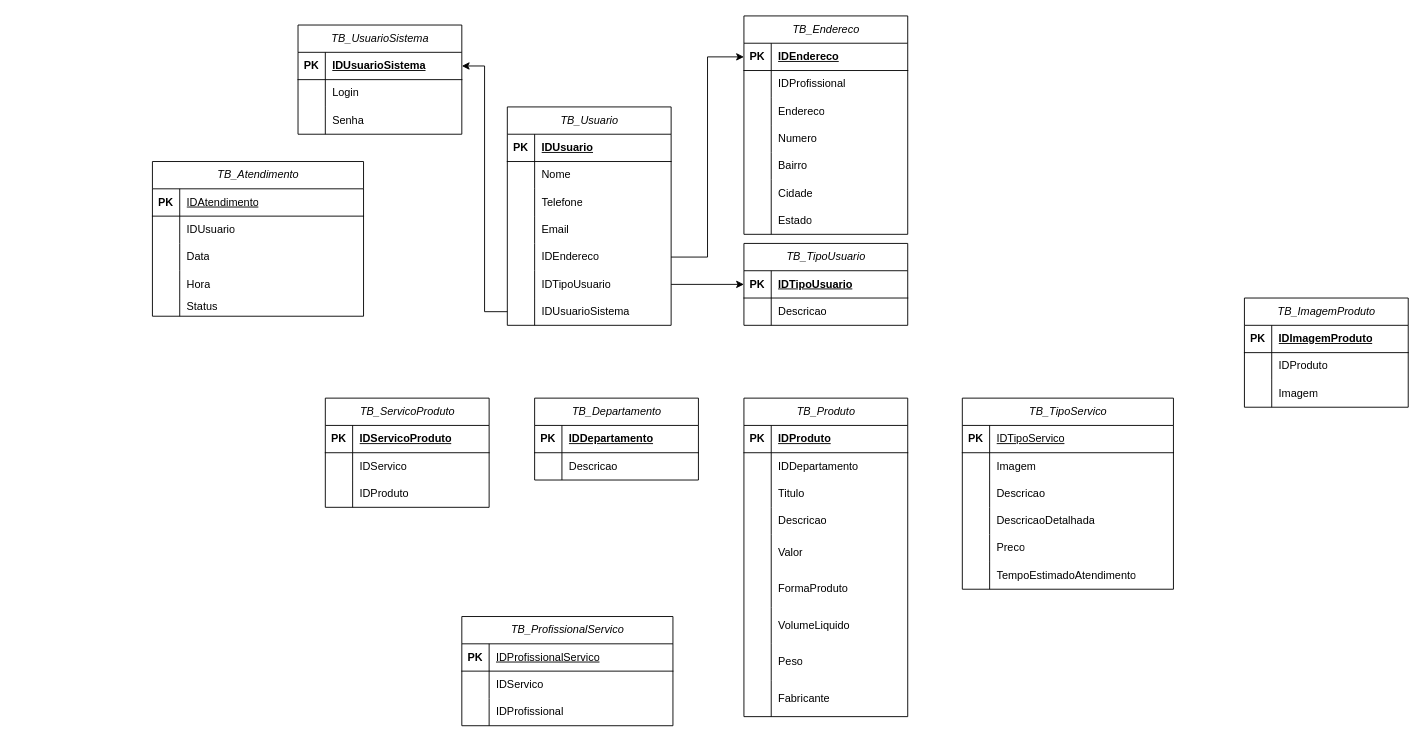
This is Diagrama_App_Sobrancelha.drawio from mpgwave/app-sobrancelhas, a draw.io file, before an edit. Source tidied: cells renumbered, new cells numbered last; positions are measured from the earlier drawing's top-left corner, leaving out a move shared by most shapes. Both pictures are drawn from the tidied source at 91%, with x=0, y=0 at pixel (152, 15).
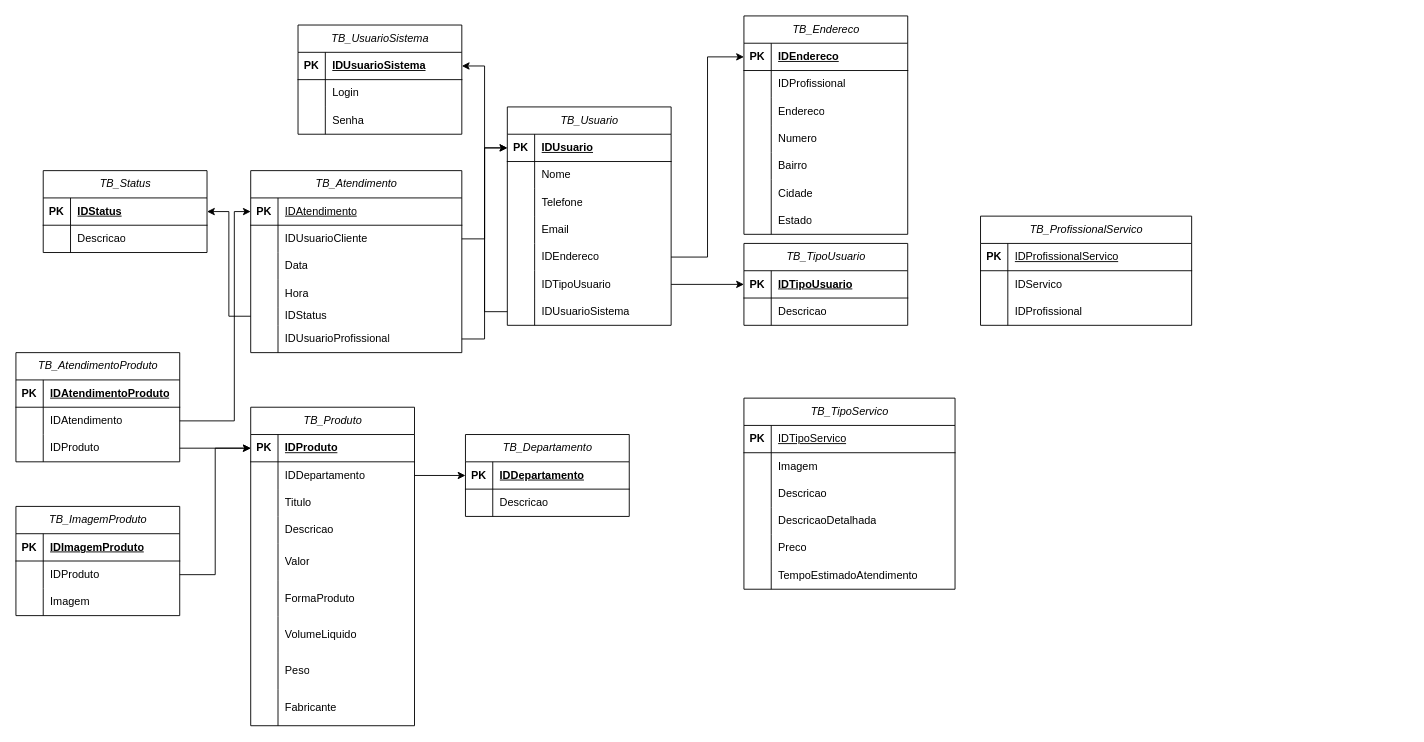
After the change.

Unchanged cells that the change refers to:
```xml
<mxCell id="54" style="shape=tableRow;horizontal=0;startSize=0;swimlaneHead=0;swimlaneBody=0;fillColor=none;points=[[0,0.5],[1,0.5]];portConstraint=eastwest;top=0;left=0;right=0;bottom=1;" parent="53" vertex="1">
  <mxGeometry y="30" width="232" height="30" as="geometry" />
</mxCell>
<mxCell id="57" style="shape=tableRow;horizontal=0;startSize=0;swimlaneHead=0;swimlaneBody=0;fillColor=none;points=[[0,0.5],[1,0.5]];portConstraint=eastwest;top=0;left=0;right=0;bottom=0;" parent="53" vertex="1">
  <mxGeometry y="60" width="232" height="30" as="geometry" />
</mxCell>
<mxCell id="66" style="shape=tableRow;horizontal=0;startSize=0;swimlaneHead=0;swimlaneBody=0;fillColor=none;points=[[0,0.5],[1,0.5]];portConstraint=eastwest;top=0;left=0;right=0;bottom=0;" parent="53" vertex="1">
  <mxGeometry y="150" width="232" height="20" as="geometry" />
</mxCell>
<mxCell id="70" style="shape=tableRow;horizontal=0;startSize=0;swimlaneHead=0;swimlaneBody=0;fillColor=none;points=[[0,0.5],[1,0.5]];portConstraint=eastwest;top=0;left=0;right=0;bottom=1;" parent="69" vertex="1">
  <mxGeometry y="30" width="180" height="30" as="geometry" />
</mxCell>
<mxCell id="73" style="shape=tableRow;horizontal=0;startSize=0;swimlaneHead=0;swimlaneBody=0;fillColor=none;points=[[0,0.5],[1,0.5]];portConstraint=eastwest;top=0;left=0;right=0;bottom=0;" parent="69" vertex="1">
  <mxGeometry y="60" width="180" height="30" as="geometry" />
</mxCell>
<mxCell id="98" style="shape=tableRow;horizontal=0;startSize=0;swimlaneHead=0;swimlaneBody=0;fillColor=none;top=0;left=0;right=0;bottom=1;" parent="97" vertex="1">
  <mxGeometry y="30" width="180" height="30" as="geometry" />
</mxCell>
<mxCell id="101" style="shape=tableRow;horizontal=0;startSize=0;swimlaneHead=0;swimlaneBody=0;fillColor=none;points=[[0,0.5],[1,0.5]];portConstraint=eastwest;top=0;left=0;right=0;bottom=0;" parent="97" vertex="1">
  <mxGeometry y="60" width="180" height="30" as="geometry" />
</mxCell>
<mxCell id="104" style="shape=tableRow;horizontal=0;startSize=0;swimlaneHead=0;swimlaneBody=0;fillColor=none;points=[[0,0.5],[1,0.5]];portConstraint=eastwest;top=0;left=0;right=0;bottom=0;" parent="97" vertex="1">
  <mxGeometry y="90" width="180" height="30" as="geometry" />
</mxCell>
<mxCell id="111" style="shape=tableRow;horizontal=0;startSize=0;swimlaneHead=0;swimlaneBody=0;fillColor=none;points=[[0,0.5],[1,0.5]];portConstraint=eastwest;top=0;left=0;right=0;bottom=0;" parent="107" vertex="1">
  <mxGeometry y="60" width="180" height="30" as="geometry" />
</mxCell>
<mxCell id="118" style="shape=tableRow;horizontal=0;startSize=0;swimlaneHead=0;swimlaneBody=0;fillColor=none;points=[[0,0.5],[1,0.5]];portConstraint=eastwest;top=0;left=0;right=0;bottom=1;" parent="117" vertex="1">
  <mxGeometry y="30" width="180" height="30" as="geometry" />
</mxCell>
<mxCell id="125" style="shape=tableRow;horizontal=0;startSize=0;swimlaneHead=0;swimlaneBody=0;fillColor=none;points=[[0,0.5],[1,0.5]];portConstraint=eastwest;top=0;left=0;right=0;bottom=1;" parent="124" vertex="1">
  <mxGeometry y="30" width="180" height="30" as="geometry" />
</mxCell>
```

What changed in the source:
```diff
@@
     <mxCell id="24" value="&lt;span style=&quot;font-style: italic; font-weight: 400;&quot;&gt;TB_TipoServico&lt;/span&gt;" style="shape=table;startSize=30;childLayout=tableLayout;rowLines=0;fontStyle=1;align=center;html=1;" parent="1" vertex="1">
-      <mxGeometry x="890" y="420" width="232" height="210" as="geometry" />
+      <mxGeometry x="650" y="420" width="232" height="210" as="geometry" />
     </mxCell>
@@
     <mxCell id="43" value="&lt;span style=&quot;font-style: italic; font-weight: 400;&quot;&gt;TB_ProfissionalServico&lt;/span&gt;" style="shape=table;startSize=30;childLayout=tableLayout;rowLines=0;fontStyle=1;align=center;html=1;" parent="1" vertex="1">
-      <mxGeometry x="340" y="660" width="232" height="120" as="geometry" />
+      <mxGeometry x="910" y="220" width="232" height="120" as="geometry" />
     </mxCell>
@@
     <mxCell id="53" value="&lt;span style=&quot;font-style: italic; font-weight: 400;&quot;&gt;TB_Atendimento&lt;/span&gt;" style="shape=table;startSize=30;childLayout=tableLayout;rowLines=0;fontStyle=1;align=center;html=1;" parent="1" vertex="1">
-      <mxGeometry y="160" width="232" height="170" as="geometry" />
+      <mxGeometry x="108" y="170" width="232" height="200" as="geometry" />
     </mxCell>
@@
-    <mxCell id="59" value="IDUsuario" style="shape=partialRectangle;fillColor=none;top=0;left=0;bottom=0;right=0;align=left;spacingLeft=6;overflow=hidden;whiteSpace=wrap;html=1;" parent="57" vertex="1">
+    <mxCell id="59" value="IDUsuarioCliente" style="shape=partialRectangle;fillColor=none;top=0;left=0;bottom=0;right=0;align=left;spacingLeft=6;overflow=hidden;whiteSpace=wrap;html=1;" parent="57" vertex="1">
       <mxGeometry x="30" width="202" height="30" as="geometry" />
     </mxCell>
@@
-    <mxCell id="68" value="Status" style="shape=partialRectangle;fillColor=none;top=0;left=0;bottom=0;right=0;align=left;spacingLeft=6;overflow=hidden;whiteSpace=wrap;html=1;" parent="66" vertex="1">
+    <mxCell id="68" value="IDStatus" style="shape=partialRectangle;fillColor=none;top=0;left=0;bottom=0;right=0;align=left;spacingLeft=6;overflow=hidden;whiteSpace=wrap;html=1;" parent="66" vertex="1">
       <mxGeometry x="30" width="202" height="20" as="geometry" />
     </mxCell>
+    <mxCell id="166" style="shape=tableRow;horizontal=0;startSize=0;swimlaneHead=0;swimlaneBody=0;fillColor=none;points=[[0,0.5],[1,0.5]];portConstraint=eastwest;top=0;left=0;right=0;bottom=0;" parent="53" vertex="1">
+      <mxGeometry y="170" width="232" height="30" as="geometry" />
+    </mxCell>
+    <mxCell id="167" style="shape=partialRectangle;fillColor=none;top=0;left=0;bottom=0;right=0;overflow=hidden;whiteSpace=wrap;html=1;" parent="166" vertex="1">
+      <mxGeometry width="30" height="30" as="geometry" />
+    </mxCell>
+    <mxCell id="168" value="IDUsuarioProfissional" style="shape=partialRectangle;fillColor=none;top=0;left=0;bottom=0;right=0;align=left;spacingLeft=6;overflow=hidden;whiteSpace=wrap;html=1;" parent="166" vertex="1">
+      <mxGeometry x="30" width="202" height="30" as="geometry" />
+    </mxCell>
     <mxCell id="69" value="&lt;span style=&quot;font-style: italic; font-weight: 400;&quot;&gt;TB_Produto&lt;/span&gt;" style="shape=table;startSize=30;childLayout=tableLayout;rowLines=0;fontStyle=1;align=center;html=1;" parent="1" vertex="1">
-      <mxGeometry x="650" y="420" width="180" height="350" as="geometry" />
+      <mxGeometry x="108" y="430" width="180" height="350" as="geometry" />
     </mxCell>
@@
-    <mxCell id="97" value="&lt;span style=&quot;font-style: italic; font-weight: 400;&quot;&gt;TB_Servico&lt;/span&gt;&lt;span style=&quot;font-style: italic; font-weight: 400;&quot;&gt;Produto&lt;/span&gt;" style="shape=table;startSize=30;childLayout=tableLayout;rowLines=0;fontStyle=1;align=center;html=1;" parent="1" vertex="1">
-      <mxGeometry x="190" y="420" width="180" height="120" as="geometry" />
+    <mxCell id="97" value="&lt;span style=&quot;font-style: italic; font-weight: 400;&quot;&gt;TB_Atendimento&lt;/span&gt;&lt;span style=&quot;font-style: italic; font-weight: 400;&quot;&gt;Produto&lt;/span&gt;" style="shape=table;startSize=30;childLayout=tableLayout;rowLines=0;fontStyle=1;align=center;html=1;" parent="1" vertex="1">
+      <mxGeometry x="-150" y="370" width="180" height="120" as="geometry" />
     </mxCell>
@@
-    <mxCell id="100" value="IDServicoProduto" style="shape=partialRectangle;fillColor=none;top=0;left=0;bottom=0;right=0;align=left;spacingLeft=6;fontStyle=5;overflow=hidden;whiteSpace=wrap;html=1;" parent="98" vertex="1">
+    <mxCell id="100" value="IDAtendimentoProduto" style="shape=partialRectangle;fillColor=none;top=0;left=0;bottom=0;right=0;align=left;spacingLeft=6;fontStyle=5;overflow=hidden;whiteSpace=wrap;html=1;" parent="98" vertex="1">
       <mxGeometry x="30" width="150" height="30" as="geometry" />
     </mxCell>
@@
-    <mxCell id="103" value="IDServico" style="shape=partialRectangle;fillColor=none;top=0;left=0;bottom=0;right=0;align=left;spacingLeft=6;overflow=hidden;whiteSpace=wrap;html=1;" parent="101" vertex="1">
+    <mxCell id="103" value="IDAtendimento" style="shape=partialRectangle;fillColor=none;top=0;left=0;bottom=0;right=0;align=left;spacingLeft=6;overflow=hidden;whiteSpace=wrap;html=1;" parent="101" vertex="1">
       <mxGeometry x="30" width="150" height="30" as="geometry" />
     </mxCell>
@@
     <mxCell id="107" value="&lt;span style=&quot;font-style: italic; font-weight: 400;&quot;&gt;TB_ImagemProduto&lt;/span&gt;" style="shape=table;startSize=30;childLayout=tableLayout;rowLines=0;fontStyle=1;align=center;html=1;" parent="1" vertex="1">
-      <mxGeometry x="1200" y="310" width="180" height="120" as="geometry" />
+      <mxGeometry x="-150" y="539" width="180" height="120" as="geometry" />
     </mxCell>
@@
     <mxCell id="117" value="&lt;span style=&quot;font-style: italic; font-weight: 400;&quot;&gt;TB_Departamento&lt;/span&gt;" style="shape=table;startSize=30;childLayout=tableLayout;rowLines=0;fontStyle=1;align=center;html=1;" parent="1" vertex="1">
-      <mxGeometry x="420" y="420" width="180" height="90" as="geometry" />
+      <mxGeometry x="344" y="460" width="180" height="90" as="geometry" />
     </mxCell>
@@
+    <mxCell id="169" style="edgeStyle=orthogonalEdgeStyle;rounded=0;jettySize=auto;html=1;entryX=0;entryY=0.5;entryDx=0;entryDy=0;" parent="1" edge="1" source="57" target="125">
+      <mxGeometry relative="1" as="geometry" />
+    </mxCell>
+    <mxCell id="170" style="edgeStyle=orthogonalEdgeStyle;rounded=0;jettySize=auto;html=1;entryX=0;entryY=0.5;entryDx=0;entryDy=0;" parent="1" edge="1" source="166" target="125">
+      <mxGeometry relative="1" as="geometry" />
+    </mxCell>
+    <mxCell id="171" value="&lt;span style=&quot;font-style: italic; font-weight: 400;&quot;&gt;TB_Status&lt;/span&gt;" style="shape=table;startSize=30;childLayout=tableLayout;rowLines=0;fontStyle=1;align=center;html=1;" parent="1" vertex="1">
+      <mxGeometry x="-120" y="170" width="180" height="90" as="geometry" />
+    </mxCell>
+    <mxCell id="172" style="shape=tableRow;horizontal=0;startSize=0;swimlaneHead=0;swimlaneBody=0;fillColor=none;points=[[0,0.5],[1,0.5]];portConstraint=eastwest;top=0;left=0;right=0;bottom=1;" parent="171" vertex="1">
+      <mxGeometry y="30" width="180" height="30" as="geometry" />
+    </mxCell>
+    <mxCell id="173" value="PK" style="shape=partialRectangle;fillColor=none;top=0;left=0;bottom=0;right=0;fontStyle=1;overflow=hidden;whiteSpace=wrap;html=1;" parent="172" vertex="1">
+      <mxGeometry width="30" height="30" as="geometry" />
+    </mxCell>
+    <mxCell id="174" value="IDStatus" style="shape=partialRectangle;fillColor=none;top=0;left=0;bottom=0;right=0;align=left;spacingLeft=6;fontStyle=5;overflow=hidden;whiteSpace=wrap;html=1;" parent="172" vertex="1">
+      <mxGeometry x="30" width="150" height="30" as="geometry" />
+    </mxCell>
+    <mxCell id="175" style="shape=tableRow;horizontal=0;startSize=0;swimlaneHead=0;swimlaneBody=0;fillColor=none;top=0;left=0;right=0;bottom=0;" parent="171" vertex="1">
+      <mxGeometry y="60" width="180" height="30" as="geometry" />
+    </mxCell>
+    <mxCell id="176" style="shape=partialRectangle;fillColor=none;top=0;left=0;bottom=0;right=0;overflow=hidden;whiteSpace=wrap;html=1;" parent="175" vertex="1">
+      <mxGeometry width="30" height="30" as="geometry" />
+    </mxCell>
+    <mxCell id="177" value="Descricao" style="shape=partialRectangle;fillColor=none;top=0;left=0;bottom=0;right=0;align=left;spacingLeft=6;overflow=hidden;whiteSpace=wrap;html=1;" parent="175" vertex="1">
+      <mxGeometry x="30" width="150" height="30" as="geometry" />
+    </mxCell>
+    <mxCell id="178" style="edgeStyle=orthogonalEdgeStyle;rounded=0;jettySize=auto;html=1;entryX=1;entryY=0.5;entryDx=0;entryDy=0;" parent="1" edge="1" source="66" target="172">
+      <mxGeometry relative="1" as="geometry" />
+    </mxCell>
+    <mxCell id="179" style="edgeStyle=orthogonalEdgeStyle;rounded=0;jettySize=auto;html=1;entryX=0;entryY=0.5;entryDx=0;entryDy=0;" parent="1" edge="1" source="101" target="54">
+      <mxGeometry relative="1" as="geometry">
+        <Array as="points">
+          <mxPoint x="90" y="445" />
+          <mxPoint x="90" y="215" />
+        </Array>
+      </mxGeometry>
+    </mxCell>
+    <mxCell id="180" style="edgeStyle=orthogonalEdgeStyle;rounded=0;jettySize=auto;html=1;entryX=0;entryY=0.5;entryDx=0;entryDy=0;" parent="1" edge="1" source="104" target="70">
+      <mxGeometry relative="1" as="geometry" />
+    </mxCell>
+    <mxCell id="181" style="edgeStyle=orthogonalEdgeStyle;rounded=0;jettySize=auto;html=1;entryX=0;entryY=0.5;entryDx=0;entryDy=0;" parent="1" edge="1" source="73" target="118">
+      <mxGeometry relative="1" as="geometry" />
+    </mxCell>
+    <mxCell id="182" style="edgeStyle=orthogonalEdgeStyle;rounded=0;jettySize=auto;html=1;entryX=0;entryY=0.5;entryDx=0;entryDy=0;" parent="1" edge="1" source="111" target="70">
+      <mxGeometry relative="1" as="geometry" />
+    </mxCell>
```
